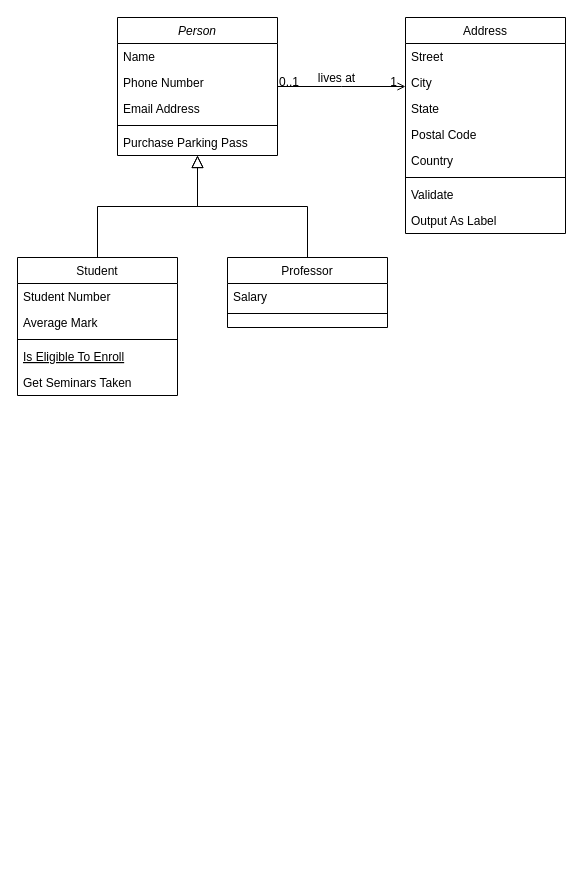
Before: swe/Untitled Diagram.drawio in SE-TINF22B6/.github, a draw.io diagram. Source tidied: cells renumbered, new cells numbered last; positions are measured from the earlier drawing's top-left corner, leaving out a move shared by most shapes. Both pictures are drawn from the tidied source at 100%, with x=0, y=0 at pixel (17, 17).
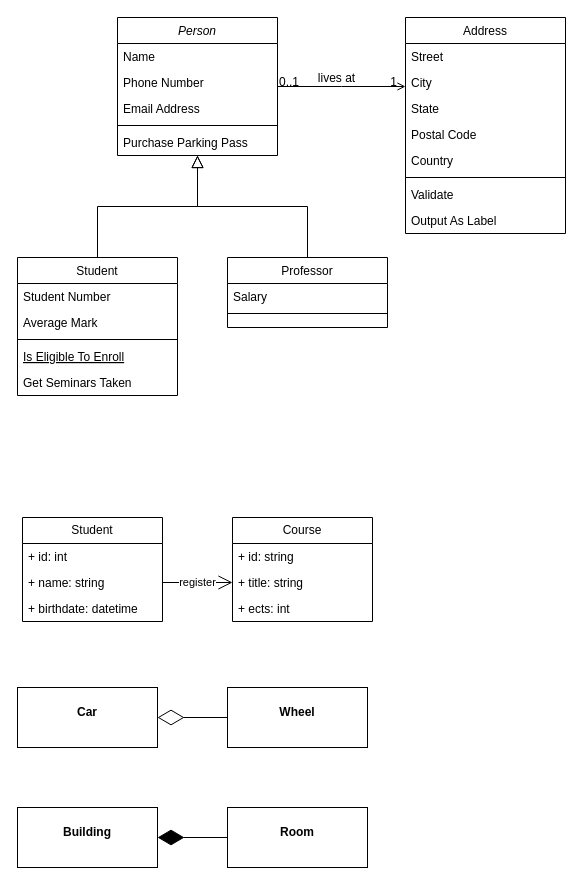
Above is the later version.

Change to the diagram source:
```diff
@@
+    <mxCell id="32" value="register" style="endArrow=open;endFill=1;endSize=12;html=1;rounded=0;exitX=1;exitY=0.5;exitDx=0;exitDy=0;entryX=0;entryY=0.5;entryDx=0;entryDy=0;" parent="1" edge="1" source="35" target="39">
+      <mxGeometry relative="1" as="geometry" />
+    </mxCell>
+    <mxCell id="33" value="Student" style="swimlane;fontStyle=0;horizontal=1;startSize=26;fillColor=none;whiteSpace=wrap;html=1;" parent="1" vertex="1">
+      <mxGeometry x="5" y="500" width="140" height="104" as="geometry" />
+    </mxCell>
+    <mxCell id="34" value="+ id: int" style="text;strokeColor=none;fillColor=none;align=left;verticalAlign=top;spacingLeft=4;spacingRight=4;overflow=hidden;whiteSpace=wrap;html=1;" parent="33" vertex="1">
+      <mxGeometry y="26" width="140" height="26" as="geometry" />
+    </mxCell>
+    <mxCell id="35" value="+ name: string" style="text;strokeColor=none;fillColor=none;align=left;verticalAlign=top;spacingLeft=4;spacingRight=4;overflow=hidden;points=[[0,0.5],[1,0.5]];portConstraint=eastwest;whiteSpace=wrap;html=1;" parent="33" vertex="1">
+      <mxGeometry y="52" width="140" height="26" as="geometry" />
+    </mxCell>
+    <mxCell id="36" value="+ birthdate: datetime" style="text;strokeColor=none;fillColor=none;align=left;verticalAlign=top;spacingLeft=4;spacingRight=4;overflow=hidden;whiteSpace=wrap;html=1;" parent="33" vertex="1">
+      <mxGeometry y="78" width="140" height="26" as="geometry" />
+    </mxCell>
+    <mxCell id="37" value="Course" style="swimlane;fontStyle=0;horizontal=1;startSize=26;fillColor=none;whiteSpace=wrap;html=1;" parent="1" vertex="1">
+      <mxGeometry x="215" y="500" width="140" height="104" as="geometry" />
+    </mxCell>
+    <mxCell id="38" value="+ id: string" style="text;strokeColor=none;fillColor=none;align=left;verticalAlign=top;spacingLeft=4;spacingRight=4;overflow=hidden;whiteSpace=wrap;html=1;" parent="37" vertex="1">
+      <mxGeometry y="26" width="140" height="26" as="geometry" />
+    </mxCell>
+    <mxCell id="39" value="+ title: string" style="text;strokeColor=none;fillColor=none;align=left;verticalAlign=top;spacingLeft=4;spacingRight=4;overflow=hidden;points=[[0,0.5],[1,0.5]];portConstraint=eastwest;whiteSpace=wrap;html=1;" parent="37" vertex="1">
+      <mxGeometry y="52" width="140" height="26" as="geometry" />
+    </mxCell>
+    <mxCell id="40" value="+ ects: int" style="text;strokeColor=none;fillColor=none;align=left;verticalAlign=top;spacingLeft=4;spacingRight=4;overflow=hidden;whiteSpace=wrap;html=1;" parent="37" vertex="1">
+      <mxGeometry y="78" width="140" height="26" as="geometry" />
+    </mxCell>
+    <mxCell id="41" value="&lt;p style=&quot;margin:0px;margin-top:4px;text-align:center;&quot;&gt;&lt;br&gt;&lt;b&gt;Car&lt;/b&gt;&lt;/p&gt;" style="verticalAlign=top;align=left;overflow=fill;fontSize=12;fontFamily=Helvetica;html=1;whiteSpace=wrap;" parent="1" vertex="1">
+      <mxGeometry y="670" width="140" height="60" as="geometry" />
+    </mxCell>
+    <mxCell id="42" value="&lt;p style=&quot;margin:0px;margin-top:4px;text-align:center;&quot;&gt;&lt;br&gt;&lt;b&gt;Wheel&lt;/b&gt;&lt;/p&gt;" style="verticalAlign=top;align=left;overflow=fill;fontSize=12;fontFamily=Helvetica;html=1;whiteSpace=wrap;" parent="1" vertex="1">
+      <mxGeometry x="210" y="670" width="140" height="60" as="geometry" />
+    </mxCell>
+    <mxCell id="43" style="endArrow=diamondThin;endFill=0;endSize=24;html=1;rounded=0;exitX=0;exitY=0.5;exitDx=0;exitDy=0;entryX=1;entryY=0.5;entryDx=0;entryDy=0;" parent="1" edge="1" source="42" target="41">
+      <mxGeometry relative="1" as="geometry" />
+    </mxCell>
+    <mxCell id="44" value="&lt;p style=&quot;margin:0px;margin-top:4px;text-align:center;&quot;&gt;&lt;br&gt;&lt;b&gt;Building&lt;/b&gt;&lt;/p&gt;" style="verticalAlign=top;align=left;overflow=fill;fontSize=12;fontFamily=Helvetica;html=1;whiteSpace=wrap;" parent="1" vertex="1">
+      <mxGeometry y="790" width="140" height="60" as="geometry" />
+    </mxCell>
+    <mxCell id="45" value="&lt;p style=&quot;margin:0px;margin-top:4px;text-align:center;&quot;&gt;&lt;br&gt;&lt;b&gt;Room&lt;/b&gt;&lt;/p&gt;" style="verticalAlign=top;align=left;overflow=fill;fontSize=12;fontFamily=Helvetica;html=1;whiteSpace=wrap;" parent="1" vertex="1">
+      <mxGeometry x="210" y="790" width="140" height="60" as="geometry" />
+    </mxCell>
+    <mxCell id="46" style="endArrow=diamondThin;endFill=1;endSize=24;html=1;rounded=0;entryX=1;entryY=0.5;entryDx=0;entryDy=0;exitX=0;exitY=0.5;exitDx=0;exitDy=0;" parent="1" edge="1" source="45" target="44">
+      <mxGeometry relative="1" as="geometry" />
+    </mxCell>
```
